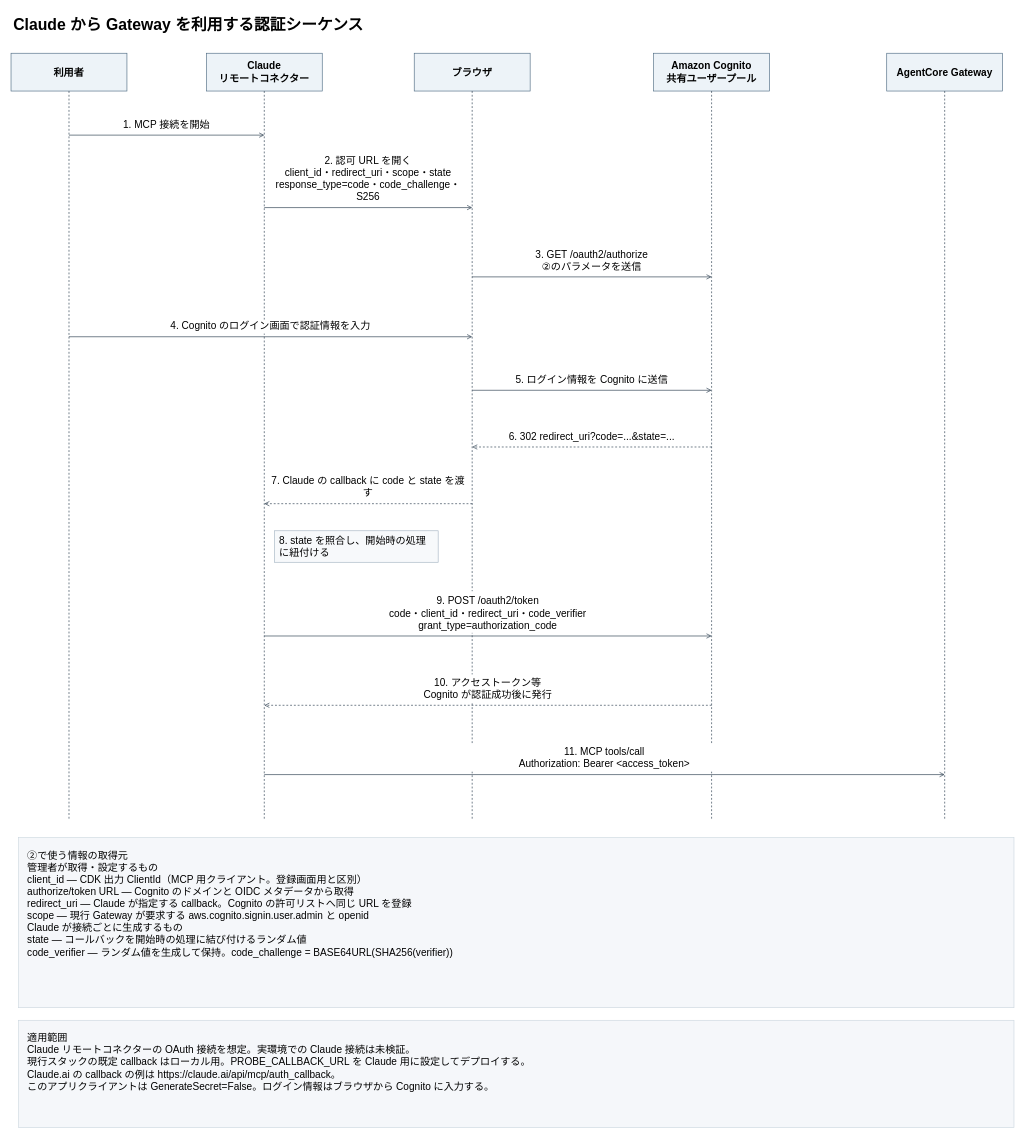
This is page "login" (1 of 2) of docs/images/gateway-auth-sequence.drawio from aToy0m0/probe_agentcore-pleasanter-mcp_dynamo, a draw.io file, before an edit. Source tidied: cells renumbered, new cells numbered last; positions are measured from the earlier drawing's top-left corner, leaving out a move shared by most shapes. Both pictures are drawn from the tidied source at 63%, with x=0, y=0 at pixel (11, 11).
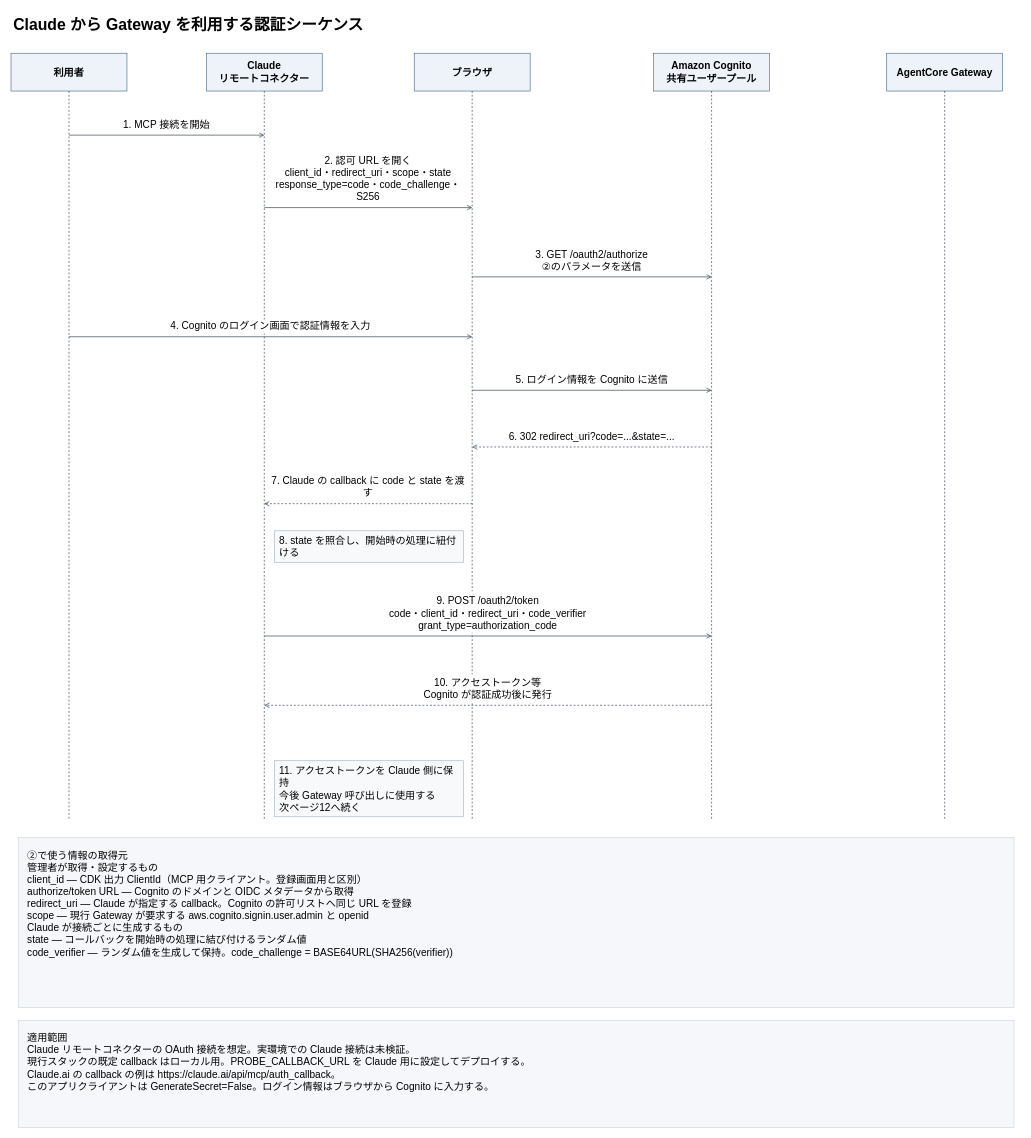
The same page after the edit.

Change to the diagram source:
```diff
@@
     <mxCell id="27" value="8. state を照合し、開始時の処理に紐付ける" style="fontFamily=Yu Gothic;fontSize=16;html=0;whiteSpace=wrap;rounded=0;strokeColor=#A5B5C3;fillColor=#F7F9FB;align=left;spacing=8;" parent="1" vertex="1">
-      <mxGeometry x="418" y="825" width="260" height="50" as="geometry" />
+      <mxGeometry x="418" y="825" width="300" height="50" as="geometry" />
     </mxCell>
@@
-    <mxCell id="32" style="html=0;strokeColor=#25384A;endArrow=open;endFill=0;" parent="1" edge="1">
-      <mxGeometry relative="1" as="geometry">
-        <mxPoint x="402" y="1212" as="sourcePoint" />
-        <mxPoint x="1482" y="1212" as="targetPoint" />
-      </mxGeometry>
-    </mxCell>
-    <mxCell id="33" value="11. MCP tools/call&#10;Authorization: Bearer &lt;access_token&gt;" style="fontFamily=Yu Gothic;fontSize=16;html=0;whiteSpace=wrap;strokeColor=none;fillColor=#FFFFFF;align=center;verticalAlign=bottom;" parent="1" vertex="1">
-      <mxGeometry x="412" y="1163" width="1060" height="44" as="geometry" />
-    </mxCell>
+    <mxCell id="36" value="11. アクセストークンを Claude 側に保持&#10;今後 Gateway 呼び出しに使用する&#10;次ページ12へ続く" style="fontFamily=Yu Gothic;fontSize=16;html=0;whiteSpace=wrap;rounded=0;strokeColor=#A5B5C3;fillColor=#F7F9FB;align=left;spacing=8;" parent="1" vertex="1">
+      <mxGeometry x="418" y="1190" width="300" height="89" as="geometry" />
+    </mxCell>
```
